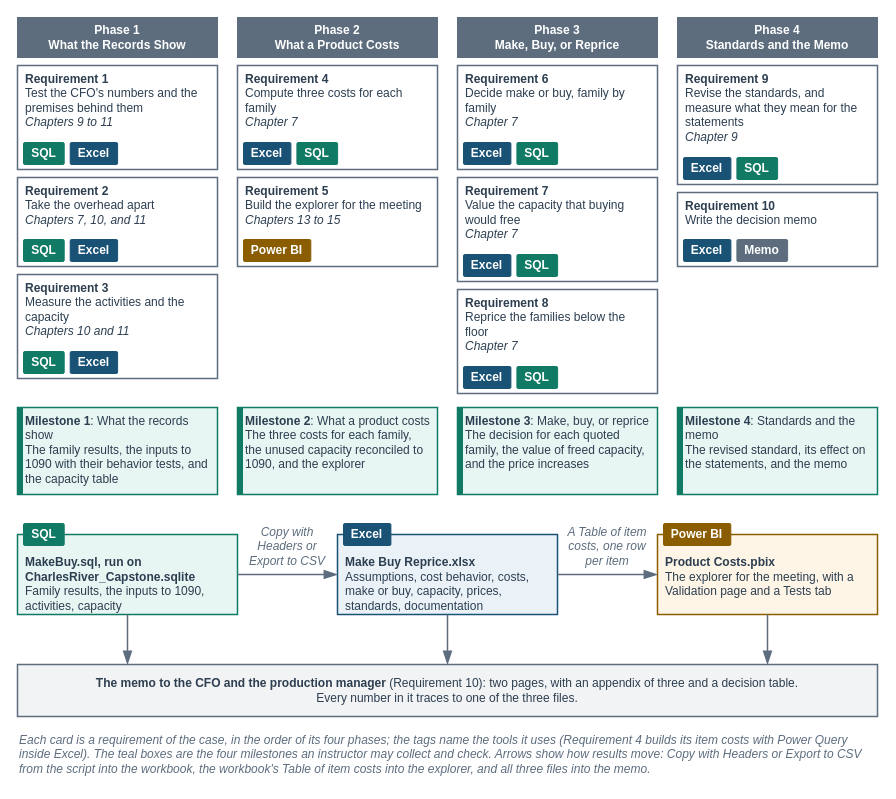
This is facts/instructor/figures/chapter-18-make-buy-or-reprice/IF-18-0-A.drawio from mmcodesso/Accounting_Analytics_Book, a draw.io file, before an edit. Source tidied: cells renumbered, new cells numbered last; positions are measured from the earlier drawing's top-left corner, leaving out a move shared by most shapes. Both pictures are drawn from the tidied source at 100%, with x=0, y=0 at pixel (17, 17).
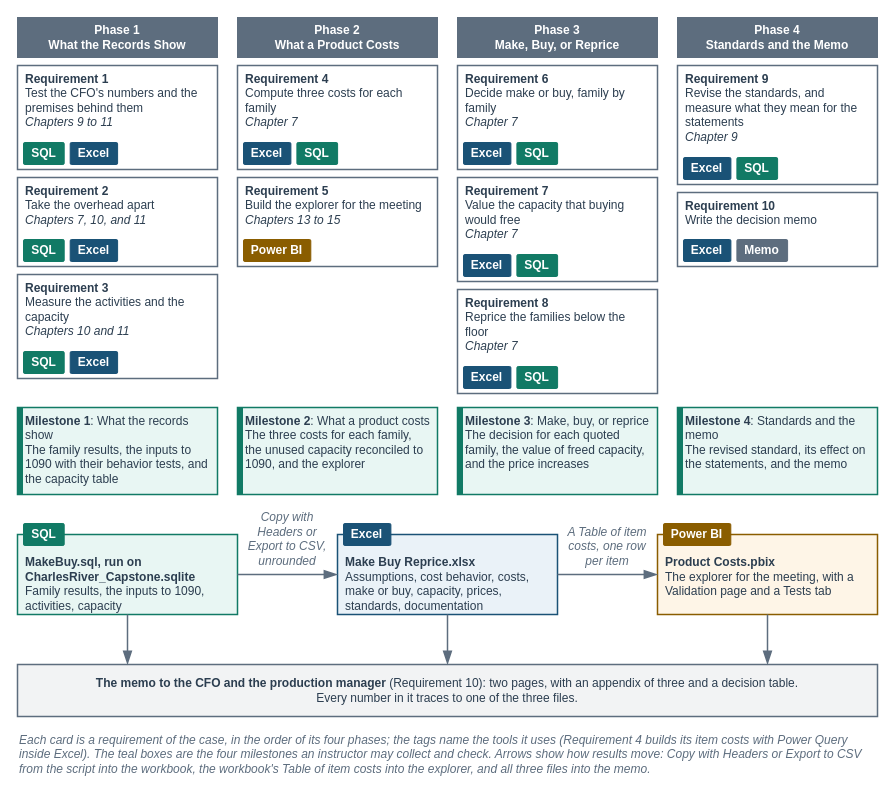
The same page after the edit.

What changed in the source:
```diff
@@
-    <mxCell id="51" value="&lt;i&gt;Copy with Headers or Export to CSV&lt;/i&gt;" style="text;html=1;whiteSpace=wrap;align=center;verticalAlign=bottom;fontSize=12;fontColor=#5D6D7E;fontStyle=0;fontFamily=Helvetica;spacing=2;fillColor=none;strokeColor=none;" parent="1" vertex="1">
+    <mxCell id="51" value="&lt;i&gt;Copy with Headers or Export to CSV, unrounded&lt;/i&gt;" style="text;html=1;whiteSpace=wrap;align=center;verticalAlign=bottom;fontSize=12;fontColor=#5D6D7E;fontStyle=0;fontFamily=Helvetica;spacing=2;fillColor=none;strokeColor=none;" parent="1" vertex="1">
       <mxGeometry x="222" y="495" width="96" height="58" as="geometry" />
     </mxCell>
```
